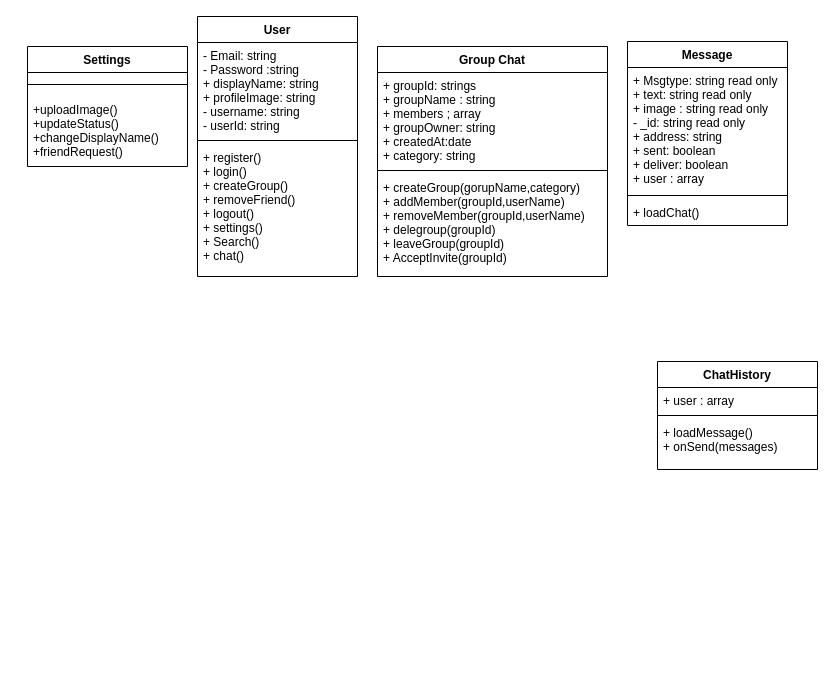
The draw.io diagram page "Page-2" (2 of 2) of TELEX BLUEPRINT.drawio in dazcalifornia/Telex-PROJECT_CS, before the edit. Source tidied: cells renumbered, new cells numbered last; positions are measured from the earlier drawing's top-left corner, leaving out a move shared by most shapes. Both pictures are drawn from the tidied source at 100%, with x=0, y=0 at pixel (27, 16).
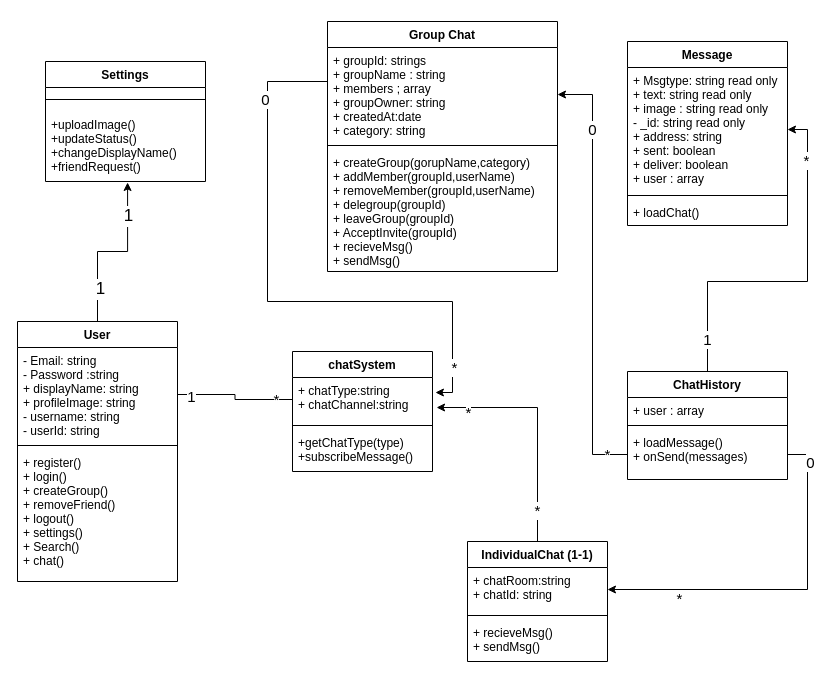
After the change.

The change refers to these unchanged cells:
```xml
<mxCell id="3" value="- Email: string&#10;- Password :string&#10;+ displayName: string&#10;+ profileImage: string&#10;- username: string&#10;- userId: string&#10;&#10;" style="text;strokeColor=none;fillColor=none;align=left;verticalAlign=top;spacingLeft=4;spacingRight=4;overflow=hidden;points=[[0,0.5],[1,0.5]];portConstraint=eastwest;" parent="2" vertex="1">
  <mxGeometry y="26" width="160" height="94" as="geometry" />
</mxCell>
<mxCell id="8" value="+uploadImage()&#10;+updateStatus()&#10;+changeDisplayName()&#10;+friendRequest()&#10;" style="text;strokeColor=none;fillColor=none;align=left;verticalAlign=top;spacingLeft=4;spacingRight=4;overflow=hidden;points=[[0,0.5],[1,0.5]];portConstraint=eastwest;" parent="6" vertex="1">
  <mxGeometry y="50" width="160" height="70" as="geometry" />
</mxCell>
<mxCell id="10" value="+ groupId: strings&#10;+ groupName : string&#10;+ members ; array&#10;+ groupOwner: string&#10;+ createdAt:date&#10;+ category: string&#10;&#10;" style="text;strokeColor=none;fillColor=none;align=left;verticalAlign=top;spacingLeft=4;spacingRight=4;overflow=hidden;points=[[0,0.5],[1,0.5]];portConstraint=eastwest;" parent="9" vertex="1">
  <mxGeometry y="26" width="230" height="94" as="geometry" />
</mxCell>
<mxCell id="14" value="+ Msgtype: string read only&#10;+ text: string read only&#10;+ image : string read only&#10;- _id: string read only&#10;+ address: string &#10;+ sent: boolean&#10;+ deliver: boolean&#10;+ user : array&#10;&#10;" style="text;strokeColor=none;fillColor=none;align=left;verticalAlign=top;spacingLeft=4;spacingRight=4;overflow=hidden;points=[[0,0.5],[1,0.5]];portConstraint=eastwest;" parent="13" vertex="1">
  <mxGeometry y="26" width="160" height="124" as="geometry" />
</mxCell>
<mxCell id="20" value="+ loadMessage()&#10;+ onSend(messages)&#10;" style="text;strokeColor=none;fillColor=none;align=left;verticalAlign=top;spacingLeft=4;spacingRight=4;overflow=hidden;points=[[0,0.5],[1,0.5]];portConstraint=eastwest;" parent="17" vertex="1">
  <mxGeometry y="58" width="160" height="50" as="geometry" />
</mxCell>
```

The edit, as a diff of the source:
```diff
@@
+    <mxCell id="21" style="edgeStyle=orthogonalEdgeStyle;rounded=0;jettySize=auto;html=1;entryX=0.513;entryY=1.014;entryDx=0;entryDy=0;entryPerimeter=0;fontSize=17;" parent="1" edge="1" source="2" target="8">
+      <mxGeometry relative="1" as="geometry" />
+    </mxCell>
+    <mxCell id="22" value="1" style="edgeLabel;html=1;align=center;verticalAlign=middle;fontSize=17;" parent="21" vertex="1">
+      <mxGeometry x="0.81" y="1" relative="1" as="geometry">
+        <mxPoint x="1" y="17" as="offset" />
+      </mxGeometry>
+    </mxCell>
+    <mxCell id="23" value="1" style="edgeLabel;html=1;align=center;verticalAlign=middle;fontSize=17;" parent="21" vertex="1">
+      <mxGeometry x="-0.61" y="-2" relative="1" as="geometry" />
+    </mxCell>
     <mxCell id="2" value="User" style="swimlane;fontStyle=1;align=center;verticalAlign=top;horizontal=1;startSize=26;" parent="1" vertex="1">
-      <mxGeometry x="170" width="160" height="260" as="geometry" />
+      <mxGeometry x="-10" y="305" width="160" height="260" as="geometry" />
     </mxCell>
@@
     <mxCell id="6" value="Settings" style="swimlane;fontStyle=1;align=center;verticalAlign=top;horizontal=1;startSize=26;" parent="1" vertex="1">
-      <mxGeometry y="30" width="160" height="120" as="geometry" />
+      <mxGeometry x="18" y="45" width="160" height="120" as="geometry" />
     </mxCell>
@@
     <mxCell id="9" value="Group Chat" style="swimlane;fontStyle=1;align=center;verticalAlign=top;horizontal=1;startSize=26;" parent="1" vertex="1">
-      <mxGeometry x="350" y="30" width="230" height="230" as="geometry" />
+      <mxGeometry x="300" y="5" width="230" height="250" as="geometry" />
     </mxCell>
@@
-    <mxCell id="12" value="+ createGroup(gorupName,category)&#10;+ addMember(groupId,userName)&#10;+ removeMember(groupId,userName)&#10;+ delegroup(groupId)&#10;+ leaveGroup(groupId)&#10;+ AcceptInvite(groupId)&#10;" style="text;strokeColor=none;fillColor=none;align=left;verticalAlign=top;spacingLeft=4;spacingRight=4;overflow=hidden;" parent="9" vertex="1">
-      <mxGeometry y="128" width="230" height="102" as="geometry" />
+    <mxCell id="12" value="+ createGroup(gorupName,category)&#10;+ addMember(groupId,userName)&#10;+ removeMember(groupId,userName)&#10;+ delegroup(groupId)&#10;+ leaveGroup(groupId)&#10;+ AcceptInvite(groupId)&#10;+ recieveMsg()&#10;+ sendMsg()&#10;" style="text;strokeColor=none;fillColor=none;align=left;verticalAlign=top;spacingLeft=4;spacingRight=4;overflow=hidden;" parent="9" vertex="1">
+      <mxGeometry y="128" width="230" height="122" as="geometry" />
     </mxCell>
@@
+    <mxCell id="24" style="edgeStyle=orthogonalEdgeStyle;rounded=0;jettySize=auto;html=1;fontSize=15;" parent="1" edge="1" source="17" target="14">
+      <mxGeometry relative="1" as="geometry" />
+    </mxCell>
+    <mxCell id="25" value="1" style="edgeLabel;html=1;align=center;verticalAlign=middle;fontSize=15;" parent="24" vertex="1">
+      <mxGeometry x="-0.82" y="1" relative="1" as="geometry" />
+    </mxCell>
+    <mxCell id="26" value="*" style="edgeLabel;html=1;align=center;verticalAlign=middle;fontSize=15;" parent="24" vertex="1">
+      <mxGeometry x="0.81" y="2" relative="1" as="geometry">
+        <mxPoint y="16" as="offset" />
+      </mxGeometry>
+    </mxCell>
     <mxCell id="17" value="ChatHistory" style="swimlane;fontStyle=1;align=center;verticalAlign=top;horizontal=1;startSize=26;" parent="1" vertex="1">
-      <mxGeometry x="630" y="345" width="160" height="108" as="geometry" />
+      <mxGeometry x="600" y="355" width="160" height="108" as="geometry" />
     </mxCell>
@@
+    <mxCell id="27" value="*" style="edgeStyle=orthogonalEdgeStyle;rounded=0;jettySize=auto;html=1;entryX=1.029;entryY=0.682;entryDx=0;entryDy=0;entryPerimeter=0;fontSize=15;endArrow=classic;endFill=1;" parent="1" edge="1" source="29" target="43">
+      <mxGeometry x="-0.74" relative="1" as="geometry" />
+    </mxCell>
+    <mxCell id="28" value="*" style="edgeLabel;html=1;align=center;verticalAlign=middle;fontSize=15;" parent="27" vertex="1">
+      <mxGeometry x="0.78" y="1" relative="1" as="geometry">
+        <mxPoint x="5" y="3" as="offset" />
+      </mxGeometry>
+    </mxCell>
+    <mxCell id="29" value="IndividualChat (1-1)" style="swimlane;fontStyle=1;align=center;verticalAlign=top;horizontal=1;startSize=26;" parent="1" vertex="1">
+      <mxGeometry x="440" y="525" width="140" height="120" as="geometry" />
+    </mxCell>
+    <mxCell id="30" value="+ chatRoom:string&#10;+ chatId: string" style="text;strokeColor=none;fillColor=none;align=left;verticalAlign=top;spacingLeft=4;spacingRight=4;overflow=hidden;points=[[0,0.5],[1,0.5]];portConstraint=eastwest;" parent="29" vertex="1">
+      <mxGeometry y="26" width="140" height="44" as="geometry" />
+    </mxCell>
+    <mxCell id="31" style="line;strokeWidth=1;fillColor=none;align=left;verticalAlign=middle;spacingTop=-1;spacingLeft=3;spacingRight=3;labelPosition=right;strokeColor=inherit;" parent="29" vertex="1">
+      <mxGeometry y="70" width="140" height="8" as="geometry" />
+    </mxCell>
+    <mxCell id="32" value="+ recieveMsg()&#10;+ sendMsg()&#10;&#10;" style="text;strokeColor=none;fillColor=none;align=left;verticalAlign=top;spacingLeft=4;spacingRight=4;overflow=hidden;" parent="29" vertex="1">
+      <mxGeometry y="78" width="140" height="42" as="geometry" />
+    </mxCell>
+    <mxCell id="33" style="edgeStyle=orthogonalEdgeStyle;rounded=0;jettySize=auto;html=1;exitX=1;exitY=0.5;exitDx=0;exitDy=0;entryX=0;entryY=0.5;entryDx=0;entryDy=0;endArrow=none;endFill=0;" parent="1" edge="1" source="3" target="43">
+      <mxGeometry relative="1" as="geometry" />
+    </mxCell>
+    <mxCell id="34" value="&lt;font style=&quot;font-size: 15px;&quot;&gt;1&lt;/font&gt;" style="edgeLabel;html=1;align=center;verticalAlign=middle;" parent="33" vertex="1">
+      <mxGeometry x="-0.78" y="-1" relative="1" as="geometry" />
+    </mxCell>
+    <mxCell id="35" value="&lt;font style=&quot;font-size: 15px;&quot;&gt;*&lt;/font&gt;" style="edgeLabel;html=1;align=center;verticalAlign=middle;fontSize=17;" parent="33" vertex="1">
+      <mxGeometry x="0.84" relative="1" as="geometry">
+        <mxPoint x="-7" as="offset" />
+      </mxGeometry>
+    </mxCell>
+    <mxCell id="36" style="edgeStyle=orthogonalEdgeStyle;rounded=0;jettySize=auto;html=1;exitX=0;exitY=0.5;exitDx=0;exitDy=0;entryX=1;entryY=0.5;entryDx=0;entryDy=0;fontSize=15;" parent="1" edge="1" source="20" target="10">
+      <mxGeometry relative="1" as="geometry" />
+    </mxCell>
+    <mxCell id="37" value="*" style="edgeLabel;html=1;align=center;verticalAlign=middle;fontSize=15;" parent="36" vertex="1">
+      <mxGeometry x="-0.9" y="-1" relative="1" as="geometry" />
+    </mxCell>
+    <mxCell id="38" value="0" style="edgeLabel;html=1;align=center;verticalAlign=middle;fontSize=15;" parent="36" vertex="1">
+      <mxGeometry x="0.68" y="1" relative="1" as="geometry" />
+    </mxCell>
+    <mxCell id="39" style="edgeStyle=orthogonalEdgeStyle;rounded=0;jettySize=auto;html=1;exitX=1;exitY=0.5;exitDx=0;exitDy=0;entryX=1;entryY=0.5;entryDx=0;entryDy=0;fontSize=15;" parent="1" edge="1" source="20" target="30">
+      <mxGeometry relative="1" as="geometry" />
+    </mxCell>
+    <mxCell id="40" value="0" style="edgeLabel;html=1;align=center;verticalAlign=middle;fontSize=15;" parent="39" vertex="1">
+      <mxGeometry x="-0.85" y="2" relative="1" as="geometry" />
+    </mxCell>
+    <mxCell id="41" value="*" style="edgeLabel;html=1;align=center;verticalAlign=middle;fontSize=15;" parent="39" vertex="1">
+      <mxGeometry x="0.7" y="-2" relative="1" as="geometry">
+        <mxPoint x="18" y="10" as="offset" />
+      </mxGeometry>
+    </mxCell>
+    <mxCell id="42" value="chatSystem" style="swimlane;fontStyle=1;align=center;verticalAlign=top;horizontal=1;startSize=26;" parent="1" vertex="1">
+      <mxGeometry x="265" y="335" width="140" height="120" as="geometry" />
+    </mxCell>
+    <mxCell id="43" value="+ chatType:string&#10;+ chatChannel:string" style="text;strokeColor=none;fillColor=none;align=left;verticalAlign=top;spacingLeft=4;spacingRight=4;overflow=hidden;points=[[0,0.5],[1,0.5]];portConstraint=eastwest;" parent="42" vertex="1">
+      <mxGeometry y="26" width="140" height="44" as="geometry" />
+    </mxCell>
+    <mxCell id="44" style="line;strokeWidth=1;fillColor=none;align=left;verticalAlign=middle;spacingTop=-1;spacingLeft=3;spacingRight=3;labelPosition=right;strokeColor=inherit;" parent="42" vertex="1">
+      <mxGeometry y="70" width="140" height="8" as="geometry" />
+    </mxCell>
+    <mxCell id="45" value="+getChatType(type)&#10;+subscribeMessage()" style="text;strokeColor=none;fillColor=none;align=left;verticalAlign=top;spacingLeft=4;spacingRight=4;overflow=hidden;" parent="42" vertex="1">
+      <mxGeometry y="78" width="140" height="42" as="geometry" />
+    </mxCell>
+    <mxCell id="46" style="edgeStyle=orthogonalEdgeStyle;rounded=0;jettySize=auto;html=1;entryX=1.021;entryY=0.341;entryDx=0;entryDy=0;entryPerimeter=0;fontSize=15;endArrow=classic;endFill=1;" parent="1" edge="1" source="10" target="43">
+      <mxGeometry relative="1" as="geometry">
+        <Array as="points">
+          <mxPoint x="240" y="65" />
+          <mxPoint x="240" y="285" />
+          <mxPoint x="425" y="285" />
+          <mxPoint x="425" y="376" />
+        </Array>
+      </mxGeometry>
+    </mxCell>
+    <mxCell id="47" value="0" style="edgeLabel;html=1;align=center;verticalAlign=middle;fontSize=15;" parent="46" vertex="1">
+      <mxGeometry x="-0.73" y="-3" relative="1" as="geometry" />
+    </mxCell>
+    <mxCell id="48" value="*" style="edgeLabel;html=1;align=center;verticalAlign=middle;fontSize=15;" parent="46" vertex="1">
+      <mxGeometry x="0.85" y="1" relative="1" as="geometry" />
+    </mxCell>
```
